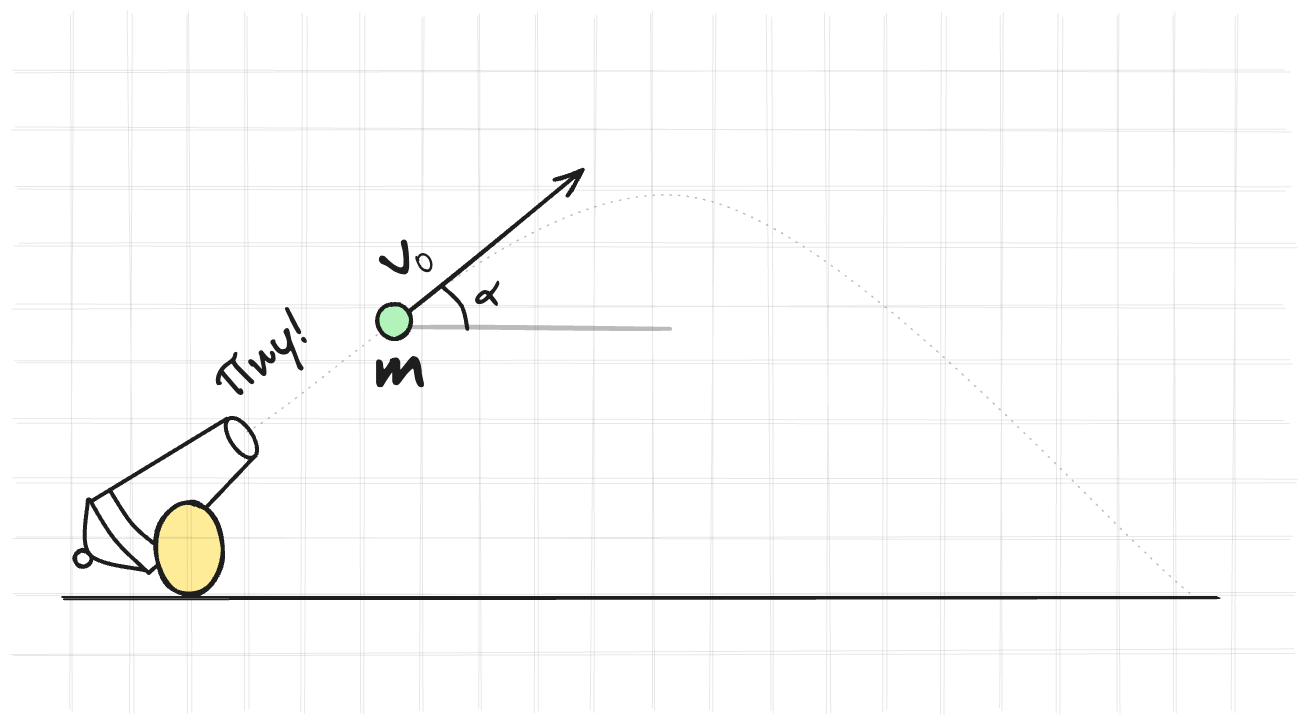
Before: assets/images/numerical_method/canon.excalidraw.png, a diagram exported from Excalidraw (kozakromch/game_physics_2). Source tidied: one line per element, renumbered; positions are measured from the earlier drawing's top-left corner, leaving out a move shared by most shapes.
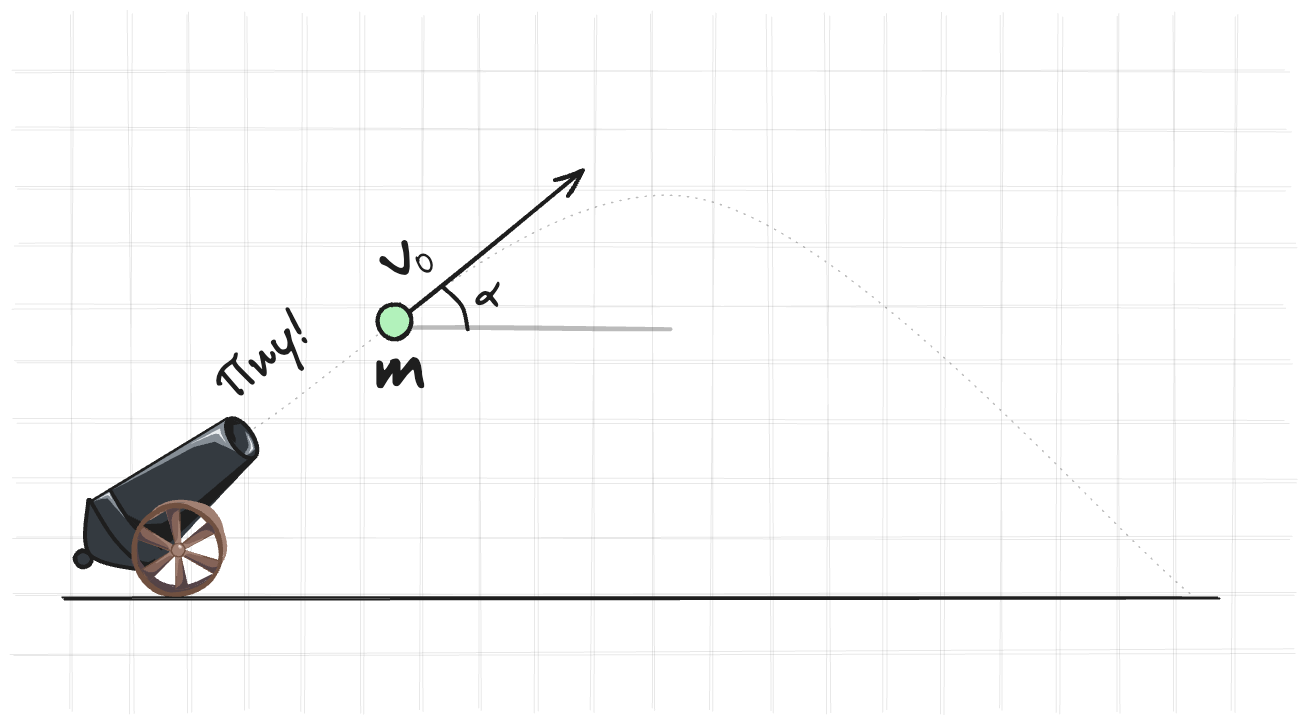
Above is the later version.

What changed in the source:
```diff
@@ -1,17 +1,3 @@
-{"id": 0, "type": "line", "strokeColor": "#1e1e1e", "strokeWidth": 2, "roughness": 1, "round": true, "x": 338, "y": 525, "width": 1155, "height": 0, "points": [[0, 0], [1155, 0]]}
-{"id": 1, "type": "line", "strokeColor": "#1e1e1e", "strokeWidth": 4, "roughness": 0, "round": true, "x": 502, "y": 346, "width": 137, "height": 83, "points": [[0, 0], [-137, 83]]}
-{"id": 2, "type": "line", "strokeColor": "#1e1e1e", "strokeWidth": 4, "roughness": 0, "round": true, "x": 363, "y": 427, "width": 58, "height": 71, "points": [[0, 0], [1, 55], [58, 71]]}
-{"id": 3, "type": "ellipse", "strokeColor": "#1e1e1e", "angle": 0.98, "strokeWidth": 4, "roughness": 0, "round": true, "x": 494, "y": 354, "width": 46, "height": 22}
-{"id": 4, "type": "line", "strokeColor": "#1e1e1e", "strokeWidth": 4, "roughness": 0, "round": true, "x": 530, "y": 384, "width": 49, "height": 51, "points": [[0, 0], [-49, 51]]}
-{"id": 5, "type": "ellipse", "strokeColor": "#1e1e1e", "strokeWidth": 4, "roughness": 1, "round": true, "x": 350, "y": 478, "width": 16, "height": 17}
-{"id": 6, "type": "line", "strokeColor": "#1e1e1e", "strokeWidth": 4, "roughness": 0, "round": true, "x": 429, "y": 470, "width": 44, "height": 53, "points": [[0, 0], [-22, -20], [-44, -53]]}
-{"id": 7, "type": "line", "strokeColor": "#1e1e1e", "strokeWidth": 4, "roughness": 0, "round": true, "x": 365, "y": 427, "width": 59, "height": 73, "points": [[0, 0], [25, 40], [59, 73]]}
-{"id": 8, "type": "ellipse", "strokeColor": "#1e1e1e", "backgroundColor": "#ffec99", "fillStyle": "solid", "strokeWidth": 4, "roughness": 1, "round": true, "x": 431, "y": 429, "width": 68, "height": 93}
-{"id": 9, "type": "line", "strokeColor": "#1e1e1e", "strokeWidth": 4, "roughness": 0, "round": true, "x": 424, "y": 500, "width": 8, "height": 7, "points": [[0, 0], [8, -7]]}
-{"id": 10, "type": "line", "strokeColor": "#1e1e1e", "strokeWidth": 1, "strokeStyle": "dotted", "roughness": 2, "opacity": 30, "round": true, "x": 523, "y": 359, "width": 944, "height": 392, "points": [[0, 0], [448, -233], [944, 159]]}
-{"id": 11, "type": "arrow", "strokeColor": "#1e1e1e", "strokeWidth": 4, "roughness": 1, "endArrowhead": "arrow", "x": 669, "y": 251, "width": 189, "height": 154, "points": [[0, 0], [189, -154]]}
-{"id": 12, "type": "line", "strokeColor": "#1e1e1e", "strokeWidth": 4, "roughness": 1, "opacity": 30, "x": 677, "y": 255, "width": 268, "height": 2, "points": [[0, 0], [268, 2]]}
-{"id": 13, "type": "line", "strokeColor": "#1e1e1e", "strokeWidth": 4, "roughness": 0, "round": true, "x": 743, "y": 256, "width": 24, "height": 42, "points": [[0, 0], [-6, -23], [-24, -42]]}
 {"id": 14, "type": "line", "strokeColor": "#1e1e1e", "strokeWidth": 1, "roughness": 2, "opacity": 10, "round": true, "x": 290, "y": 0, "width": 1272, "height": 0, "points": [[0, 0], [1272, 0]]}
 {"id": 15, "type": "line", "strokeColor": "#1e1e1e", "strokeWidth": 1, "roughness": 2, "opacity": 10, "round": true, "x": 290, "y": 349, "width": 1272, "height": 0, "points": [[0, 0], [1272, 0]]}
 {"id": 16, "type": "line", "strokeColor": "#1e1e1e", "strokeWidth": 1, "roughness": 2, "opacity": 10, "round": true, "x": 290, "y": 58, "width": 1275, "height": 0, "points": [[0, 0], [1275, 0]]}
@@ -24,10 +10,10 @@
 {"id": 23, "type": "line", "strokeColor": "#1e1e1e", "strokeWidth": 1, "roughness": 2, "opacity": 10, "round": true, "x": 290, "y": 580, "width": 1279, "height": 0, "points": [[0, 0], [1279, 0]]}
 {"id": 24, "type": "line", "strokeColor": "#1e1e1e", "strokeWidth": 1, "roughness": 2, "opacity": 10, "round": true, "x": 291, "y": 290, "width": 1277, "height": 0, "points": [[0, 0], [1277, 0]]}
 {"id": 25, "type": "line", "strokeColor": "#1e1e1e", "angle": 1.57, "strokeWidth": 1, "roughness": 2, "opacity": 10, "round": true, "x": 581, "y": 288, "width": 696, "height": 0, "points": [[0, 0], [696, 0]]}
-{"id": 26, "type": "line", "strokeColor": "#1e1e1e", "angle": 1.57, "strokeWidth": 1, "roughness": 2, "opacity": 10, "round": true, "x": 233, "y": 290, "width": 696, "height": 0, "points": [[0, 0], [696, 0]]}
+{"id": 26, "type": "line", "strokeColor": "#1e1e1e", "angle": 1.57, "strokeWidth": 1, "roughness": 2, "opacity": 10, "round": true, "x": 232, "y": 290, "width": 696, "height": 0, "points": [[0, 0], [696, 0]]}
 {"id": 27, "type": "line", "strokeColor": "#1e1e1e", "angle": 1.57, "strokeWidth": 1, "roughness": 2, "opacity": 10, "round": true, "x": 523, "y": 290, "width": 697, "height": 0, "points": [[0, 0], [697, 0]]}
 {"id": 28, "type": "line", "strokeColor": "#1e1e1e", "angle": 1.57, "strokeWidth": 1, "roughness": 2, "opacity": 10, "round": true, "x": 174, "y": 290, "width": 697, "height": 0, "points": [[0, 0], [697, 0]]}
-{"id": 29, "type": "line", "strokeColor": "#1e1e1e", "angle": 1.57, "strokeWidth": 1, "roughness": 2, "opacity": 10, "round": true, "x": 465, "y": 290, "width": 697, "height": 0, "points": [[0, 0], [697, 0]]}
+{"id": 29, "type": "line", "strokeColor": "#1e1e1e", "angle": 1.57, "strokeWidth": 1, "roughness": 2, "opacity": 10, "round": true, "x": 464, "y": 290, "width": 697, "height": 0, "points": [[0, 0], [697, 0]]}
 {"id": 30, "type": "line", "strokeColor": "#1e1e1e", "angle": 1.57, "strokeWidth": 1, "roughness": 2, "opacity": 10, "round": true, "x": 116, "y": 290, "width": 697, "height": 0, "points": [[0, 0], [697, 0]]}
 {"id": 31, "type": "line", "strokeColor": "#1e1e1e", "angle": 1.57, "strokeWidth": 1, "roughness": 2, "opacity": 10, "round": true, "x": 406, "y": 290, "width": 697, "height": 0, "points": [[0, 0], [697, 0]]}
 {"id": 32, "type": "line", "strokeColor": "#1e1e1e", "angle": 1.57, "strokeWidth": 1, "roughness": 2, "opacity": 10, "round": true, "x": 58, "y": 290, "width": 697, "height": 0, "points": [[0, 0], [697, 0]]}
@@ -44,9 +30,59 @@
 {"id": 43, "type": "line", "strokeColor": "#1e1e1e", "angle": 1.57, "strokeWidth": 1, "roughness": 2, "opacity": 10, "round": true, "x": 1045, "y": 291, "width": 697, "height": 0, "points": [[0, 0], [697, 0]]}
 {"id": 44, "type": "line", "strokeColor": "#1e1e1e", "angle": 1.57, "strokeWidth": 1, "roughness": 2, "opacity": 10, "round": true, "x": 697, "y": 290, "width": 697, "height": 0, "points": [[0, 0], [697, 0]]}
 {"id": 45, "type": "line", "strokeColor": "#1e1e1e", "angle": 1.57, "strokeWidth": 1, "roughness": 2, "opacity": 10, "round": true, "x": 987, "y": 290, "width": 696, "height": 0, "points": [[0, 0], [696, 0]]}
+{"id": 0, "type": "line", "strokeColor": "#1e1e1e", "strokeWidth": 2, "roughness": 1, "round": true, "x": 338, "y": 526, "width": 1155, "height": 0, "points": [[0, 0], [1155, 0]]}
+{"id": 1, "type": "line", "strokeColor": "#1e1e1e", "strokeWidth": 4, "roughness": 0, "round": true, "x": 503, "y": 346, "width": 137, "height": 83, "points": [[0, 0], [-137, 83]]}
+{"id": 4, "type": "line", "strokeColor": "#1e1e1e", "strokeWidth": 4, "roughness": 0, "round": true, "x": 530, "y": 384, "width": 49, "height": 51, "points": [[0, 0], [-49, 51]]}
+{"id": 5, "type": "ellipse", "strokeColor": "#1e1e1e", "backgroundColor": "#343a40", "fillStyle": "solid", "strokeWidth": 4, "roughness": 1, "round": true, "x": 351, "y": 478, "width": 16, "height": 17}
+{"id": 9, "type": "line", "strokeColor": "#1e1e1e", "strokeWidth": 4, "roughness": 0, "round": true, "x": 424, "y": 501, "width": 8, "height": 7, "points": [[0, 0], [8, -7]]}
+{"id": 10, "type": "line", "strokeColor": "#1e1e1e", "strokeWidth": 1, "strokeStyle": "dotted", "roughness": 2, "opacity": 30, "round": true, "x": 523, "y": 359, "width": 944, "height": 392, "points": [[0, 0], [448, -233], [944, 159]]}
+{"id": 11, "type": "arrow", "strokeColor": "#1e1e1e", "strokeWidth": 4, "roughness": 1, "endArrowhead": "arrow", "x": 669, "y": 251, "width": 189, "height": 154, "points": [[0, 0], [189, -154]]}
+{"id": 12, "type": "line", "strokeColor": "#1e1e1e", "strokeWidth": 4, "roughness": 1, "opacity": 30, "x": 678, "y": 255, "width": 268, "height": 2, "points": [[0, 0], [268, 2]]}
+{"id": 13, "type": "line", "strokeColor": "#1e1e1e", "strokeWidth": 4, "roughness": 0, "round": true, "x": 743, "y": 257, "width": 24, "height": 42, "points": [[0, 0], [-6, -23], [-24, -42]]}
 {"id": 46, "type": "text", "text": "Пиy!", "strokeColor": "#1e1e1e", "angle": 5.57, "strokeWidth": 2, "roughness": 1, "fontSize": 50.73, "fontFamily": 1, "x": 485, "y": 254, "width": 106, "height": 63}
 {"id": 47, "type": "ellipse", "strokeColor": "#1e1e1e", "backgroundColor": "#b2f2bb", "fillStyle": "solid", "strokeWidth": 4, "roughness": 1, "round": true, "x": 653, "y": 231, "width": 34, "height": 35}
-{"id": 48, "type": "text", "text": "v", "strokeColor": "#1e1e1e", "angle": 5.61, "strokeWidth": 2, "roughness": 1, "fontSize": 64.88, "fontFamily": 1, "x": 657, "y": 146, "width": 34, "height": 81}
+{"id": 48, "type": "text", "text": "v", "strokeColor": "#1e1e1e", "angle": 5.61, "strokeWidth": 2, "roughness": 1, "fontSize": 64.88, "fontFamily": 1, "x": 657, "y": 147, "width": 34, "height": 81}
 {"id": 49, "type": "text", "text": "0", "strokeColor": "#1e1e1e", "angle": 5.51, "strokeWidth": 2, "roughness": 1, "fontSize": 26.82, "fontFamily": 1, "x": 693, "y": 175, "width": 18, "height": 34}
 {"id": 50, "type": "text", "text": "m", "strokeColor": "#1e1e1e", "strokeWidth": 2, "roughness": 1, "fontSize": 84.81, "fontFamily": 1, "x": 648, "y": 240, "width": 54, "height": 106}
 {"id": 51, "type": "text", "text": "α", "strokeColor": "#1e1e1e", "strokeWidth": 2, "roughness": 1, "fontSize": 39.34, "fontFamily": 1, "x": 750, "y": 199, "width": 27, "height": 49}
+{"id": 52, "type": "line", "strokeColor": "#e9ecef", "backgroundColor": "#e9ecef", "fillStyle": "solid", "strokeWidth": 1, "roughness": 1, "round": true, "x": 513, "y": 352, "width": 16, "height": 22, "points": [[0, 0], [11, 9], [16, 22]]}
+{"id": 53, "type": "line", "strokeColor": "#e9ecef", "backgroundColor": "#e9ecef", "fillStyle": "solid", "strokeWidth": 1, "roughness": 1, "round": true, "x": 508, "y": 357, "width": 16, "height": 18, "points": [[0, 0], [5, 1], [12, 8], [16, 18]]}
+{"id": 54, "type": "line", "strokeColor": "#ced4da", "backgroundColor": "#343a40", "fillStyle": "solid", "strokeWidth": 1, "roughness": 0, "round": true, "x": 502, "y": 352, "width": 24, "height": 33, "points": [[0, 0], [1, 9], [6, 19], [14, 29], [24, 33]]}
+{"id": 55, "type": "line", "strokeColor": "transparent", "backgroundColor": "#343a40", "fillStyle": "solid", "strokeWidth": 1, "roughness": 0, "x": 500, "y": 348, "width": 168, "height": 150, "points": [[0, 0], [-135, 82], [-139, 109], [-136, 134], [-115, 143], [-75, 150], [-62, 137], [29, 38], [0, 0]]}
+{"id": 6, "type": "line", "strokeColor": "#1e1e1e", "strokeWidth": 4, "roughness": 0, "round": true, "x": 429, "y": 471, "width": 44, "height": 53, "points": [[0, 0], [-22, -20], [-44, -53]]}
+{"id": 56, "type": "line", "strokeColor": "transparent", "backgroundColor": "#1e1e1e", "fillStyle": "solid", "strokeWidth": 1, "roughness": 0, "x": 524, "y": 386, "width": 132, "height": 92, "points": [[0, 0], [-54, 46], [-86, 65], [-102, 65], [-125, 54], [-87, 92], [-40, 48], [7, 0], [0, 0]]}
+{"id": 57, "type": "line", "strokeColor": "transparent", "backgroundColor": "#868e96", "fillStyle": "solid", "strokeWidth": 1, "roughness": 0, "x": 501, "y": 348, "width": 132, "height": 69, "points": [[0, 0], [-113, 69], [-32, 26], [-11, 21], [9, 30], [19, 36], [4, 21], [0, 0]]}
+{"id": 3, "type": "ellipse", "strokeColor": "#1e1e1e", "angle": 0.98, "backgroundColor": "#343a40", "fillStyle": "solid", "strokeWidth": 4, "roughness": 0, "round": true, "x": 494, "y": 354, "width": 46, "height": 22}
+{"id": 58, "type": "line", "strokeColor": "transparent", "angle": 6.05, "backgroundColor": "#e9ecef", "fillStyle": "solid", "strokeWidth": 1, "roughness": 0, "x": 498, "y": 359, "width": 35, "height": 16, "points": [[0, 0], [-32, 8], [-9, 4], [-5, 4], [-3, 5], [2, 16], [0, 5], [0, 0]]}
+{"id": 59, "type": "line", "strokeColor": "transparent", "angle": 5.71, "backgroundColor": "#868e96", "fillStyle": "solid", "strokeWidth": 1, "roughness": 0, "x": 526, "y": 380, "width": 14, "height": 21, "points": [[0, 0], [-5, 1], [-10, 1], [-11, -2], [-5, -5], [-2, -8], [-1, -13], [2, -20], [3, -16], [3, -9], [0, 0]]}
+{"id": 60, "type": "line", "strokeColor": "transparent", "angle": 5.71, "backgroundColor": "#e9ecef", "fillStyle": "solid", "strokeWidth": 1, "roughness": 0, "x": 525, "y": 378, "width": 8, "height": 16, "points": [[0, 0], [-6, 1], [-3, -1], [-1, -3], [0, -4], [1, -8], [3, -15], [3, -10], [2, -5], [0, 0]]}
+{"id": 7, "type": "line", "strokeColor": "#1e1e1e", "strokeWidth": 4, "roughness": 0, "round": true, "x": 365, "y": 427, "width": 59, "height": 73, "points": [[0, 0], [25, 40], [59, 73]]}
+{"id": 2, "type": "line", "strokeColor": "#1e1e1e", "strokeWidth": 4, "roughness": 0, "round": true, "x": 364, "y": 427, "width": 58, "height": 71, "points": [[0, 0], [1, 55], [58, 71]]}
+{"id": 61, "type": "line", "strokeColor": "transparent", "angle": 2.46, "backgroundColor": "#1e1e1e", "fillStyle": "solid", "strokeWidth": 1, "roughness": 0, "x": 510, "y": 368, "width": 17, "height": 21, "points": [[0, 0], [-4, 0], [-7, -7], [-8, -10], [-2, -6], [3, -13], [5, -18], [8, -21], [9, -15], [7, -9], [1, 0]]}
+{"id": 62, "type": "line", "strokeColor": "transparent", "backgroundColor": "#868e96", "fillStyle": "solid", "strokeWidth": 1, "roughness": 0, "x": 385, "y": 419, "width": 33, "height": 27, "points": [[0, 0], [-16, 10], [-7, 7], [-2, 7], [5, 15], [16, 27], [9, 17], [0, 1]]}
+{"id": 63, "type": "line", "strokeColor": "transparent", "angle": 6.05, "backgroundColor": "#e9ecef", "fillStyle": "solid", "strokeWidth": 1, "roughness": 0, "x": 386, "y": 422, "width": 16, "height": 7, "points": [[0, 0], [-15, 4], [-4, 2], [-2, 2], [-1, 2], [1, 7], [0, 2], [0, 0]]}
+{"id": 64, "type": "line", "strokeColor": "transparent", "backgroundColor": "#1e1e1e", "fillStyle": "solid", "strokeWidth": 1, "roughness": 0, "x": 431, "y": 489, "width": 30, "height": 21, "points": [[0, 0], [0, -3], [-7, 1], [-13, 0], [-29, -11], [-5, 10], [-3, 8], [1, 4], [1, 2]]}
+{"id": 65, "type": "line", "strokeColor": "#544348", "backgroundColor": "#544344", "fillStyle": "solid", "strokeWidth": 2, "roughness": 1, "round": true, "x": 412, "y": 467, "width": 79, "height": 53, "points": [[0, 0], [3, 23], [23, 44], [51, 47], [77, 37], [52, 53], [16, 46], [-2, 23], [0, 0]]}
+{"id": 66, "type": "line", "strokeColor": "#a18072", "angle": 3.35, "backgroundColor": "#a18072", "fillStyle": "solid", "strokeWidth": 2, "roughness": 1, "round": true, "x": 424, "y": 429, "width": 83, "height": 53, "points": [[0, 0], [3, 23], [31, 45], [56, 47], [80, 28], [71, 43], [53, 53], [27, 53], [10, 42], [-1, 24], [-3, 9], [0, 0]]}
+{"id": 67, "type": "ellipse", "strokeColor": "#705040", "strokeWidth": 4, "roughness": 1, "round": true, "x": 409, "y": 434, "width": 87, "height": 89}
+{"id": 68, "type": "line", "strokeColor": "#705040", "angle": 0.29, "backgroundColor": "#846358", "fillStyle": "solid", "strokeWidth": 1, "roughness": 1, "x": 446, "y": 472, "width": 29, "height": 38, "points": [[0, 0], [-26, 30], [-21, 34], [-15, 38], [3, 3]]}
+{"id": 69, "type": "line", "strokeColor": "#705040", "angle": 3.51, "backgroundColor": "#846358", "fillStyle": "solid", "strokeWidth": 1, "roughness": 1, "x": 484, "y": 447, "width": 29, "height": 36, "points": [[0, 0], [-26, 29], [-21, 33], [-15, 36], [3, 3]]}
+{"id": 70, "type": "line", "strokeColor": "#705040", "angle": 4.51, "backgroundColor": "#846358", "fillStyle": "solid", "strokeWidth": 1, "roughness": 1, "x": 487, "y": 468, "width": 31, "height": 39, "points": [[0, 0], [-28, 31], [-23, 36], [-16, 39], [3, 3]]}
+{"id": 71, "type": "line", "strokeColor": "#705040", "angle": 1.4, "backgroundColor": "#846358", "fillStyle": "solid", "strokeWidth": 1, "roughness": 1, "x": 444, "y": 447, "width": 31, "height": 39, "points": [[0, 0], [-28, 31], [-23, 36], [-16, 39], [3, 3]]}
+{"id": 72, "type": "line", "strokeColor": "#705040", "angle": 2.39, "backgroundColor": "#846358", "fillStyle": "solid", "strokeWidth": 1, "roughness": 1, "x": 463, "y": 435, "width": 29, "height": 38, "points": [[0, 0], [-26, 29], [-21, 34], [-16, 38], [3, 3]]}
+{"id": 73, "type": "line", "strokeColor": "#705040", "angle": 5.56, "backgroundColor": "#846358", "fillStyle": "solid", "strokeWidth": 1, "roughness": 1, "x": 466, "y": 482, "width": 28, "height": 35, "points": [[0, 0], [-25, 28], [-20, 32], [-15, 35], [3, 3]]}
+{"id": 74, "type": "ellipse", "strokeColor": "#705040", "backgroundColor": "#a18072", "fillStyle": "solid", "strokeWidth": 1, "roughness": 1, "x": 447, "y": 470, "width": 13, "height": 14}
+{"id": 75, "type": "ellipse", "strokeColor": "#d2bab0", "angle": 0.68, "backgroundColor": "#d2bab0", "fillStyle": "solid", "strokeWidth": 1, "roughness": 0, "round": true, "x": 454, "y": 473, "width": 3, "height": 2}
+{"id": 76, "type": "line", "strokeColor": "#544348", "backgroundColor": "#544344", "fillStyle": "solid", "strokeWidth": 1, "roughness": 0, "x": 444, "y": 488, "width": 26, "height": 19, "points": [[0, 0], [-19, 19], [-26, 9], [-20, 12], [-16, 12], [-13, 11], [0, 0]]}
+{"id": 77, "type": "line", "strokeColor": "#544348", "angle": 5.31, "backgroundColor": "#544344", "fillStyle": "solid", "strokeWidth": 1, "roughness": 0, "x": 470, "y": 499, "width": 23, "height": 17, "points": [[0, 0], [-15, 17], [-20, 13], [-23, 7], [-18, 10], [-14, 10], [-10, 8], [0, 0]]}
+{"id": 78, "type": "line", "strokeColor": "#544348", "angle": 1.1, "backgroundColor": "#544344", "fillStyle": "solid", "strokeWidth": 1, "roughness": 0, "x": 441, "y": 458, "width": 27, "height": 23, "points": [[0, 0], [-23, 23], [-27, 18], [-24, 18], [-21, 17], [-17, 15], [0, 0]]}
+{"id": 79, "type": "line", "strokeColor": "#544348", "angle": 2.93, "backgroundColor": "#544344", "fillStyle": "solid", "strokeWidth": 1, "roughness": 0, "x": 491, "y": 502, "width": 29, "height": 22, "points": [[0, 0], [-24, -22], [-29, -18], [-25, -18], [-22, -17], [-18, -14], [0, 0]]}
+{"id": 80, "type": "line", "strokeColor": "#544348", "angle": 3.29, "backgroundColor": "#544344", "fillStyle": "solid", "strokeWidth": 1, "roughness": 0, "x": 490, "y": 450, "width": 23, "height": 17, "points": [[0, 0], [-15, 17], [-20, 13], [-23, 7], [-18, 10], [-14, 10], [-10, 8], [0, 0]]}
+{"id": 81, "type": "line", "strokeColor": "#544348", "angle": 2.16, "backgroundColor": "#544344", "fillStyle": "solid", "strokeWidth": 1, "roughness": 0, "x": 459, "y": 437, "width": 23, "height": 17, "points": [[0, 0], [-15, 17], [-20, 13], [-23, 7], [-18, 10], [-14, 10], [-10, 8], [0, 0]]}
+{"id": 82, "type": "line", "strokeColor": "#a18072", "angle": 4.26, "backgroundColor": "#a18072", "fillStyle": "solid", "strokeWidth": 1, "roughness": 0, "x": 450, "y": 462, "width": 22, "height": 12, "points": [[0, 0], [-18, 12], [-19, 9], [-22, 8], [-18, 8], [-15, 7], [-10, 5], [0, 0]]}
+{"id": 83, "type": "line", "strokeColor": "#a18072", "angle": 5.2, "backgroundColor": "#a18072", "fillStyle": "solid", "strokeWidth": 1, "roughness": 0, "x": 465, "y": 454, "width": 21, "height": 12, "points": [[0, 0], [-18, 12], [-19, 9], [-21, 7], [-18, 8], [-15, 7], [-10, 5], [0, 0]]}
+{"id": 84, "type": "line", "strokeColor": "#a18072", "angle": 0.03, "backgroundColor": "#a18072", "fillStyle": "solid", "strokeWidth": 1, "roughness": 0, "x": 479, "y": 466, "width": 20, "height": 10, "points": [[0, 0], [-17, 10], [-18, 8], [-20, 6], [-16, 7], [-14, 6], [-9, 4], [0, 0]]}
+{"id": 85, "type": "line", "strokeColor": "#a18072", "angle": 2.0, "backgroundColor": "#a18072", "fillStyle": "solid", "strokeWidth": 1, "roughness": 0, "x": 461, "y": 489, "width": 18, "height": 8, "points": [[0, 0], [-16, 8], [-17, 6], [-18, 4], [-16, 5], [-13, 5], [-9, 3], [0, 0]]}
+{"id": 86, "type": "line", "strokeColor": "#a18072", "angle": 2.94, "backgroundColor": "#a18072", "fillStyle": "solid", "strokeWidth": 1, "roughness": 0, "x": 448, "y": 481, "width": 18, "height": 8, "points": [[0, 0], [-16, 8], [-17, 6], [-18, 4], [-16, 5], [-13, 5], [-9, 3], [0, 0]]}
+{"id": 87, "type": "line", "strokeColor": "#a18072", "angle": 0.12, "backgroundColor": "#a18072", "fillStyle": "solid", "strokeWidth": 1, "roughness": 0, "x": 478, "y": 482, "width": 18, "height": 5, "points": [[0, 0], [-17, -3], [-17, -1], [-18, 1], [-17, 0], [-14, -2], [-9, -1], [0, 0]]}
+{"id": 88, "type": "ellipse", "strokeColor": "#eaddd7", "angle": 0.68, "backgroundColor": "#eaddd7", "fillStyle": "solid", "strokeWidth": 1, "roughness": 0, "round": true, "x": 454, "y": 473, "width": 2, "height": 1}
```
